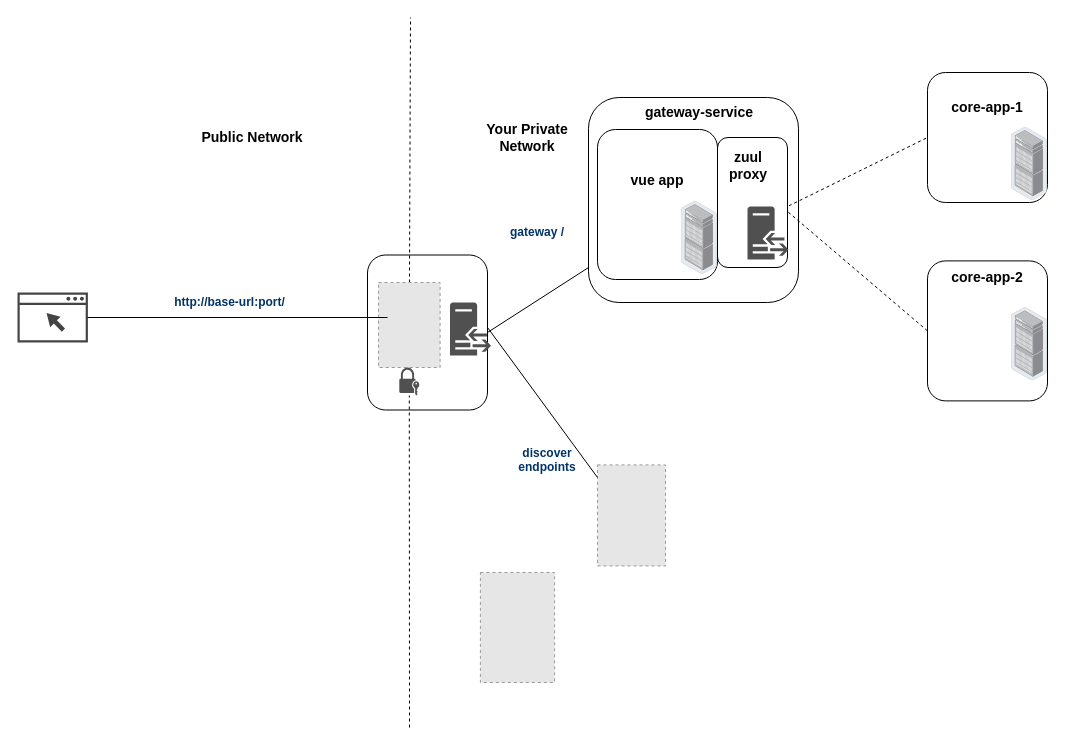
vindyag/vue-discovery-application keeps this draw.io diagram as architecture/architecture.drawio. Above is the earlier version. Source tidied: cells renumbered, new cells numbered last; positions are measured from the earlier drawing's top-left corner, leaving out a move shared by most shapes. Both pictures are drawn from the tidied source at 100%, with x=0, y=0 at pixel (17, 17). Pictures stored in the file or linked from it are replaced by grey dashed boxes.
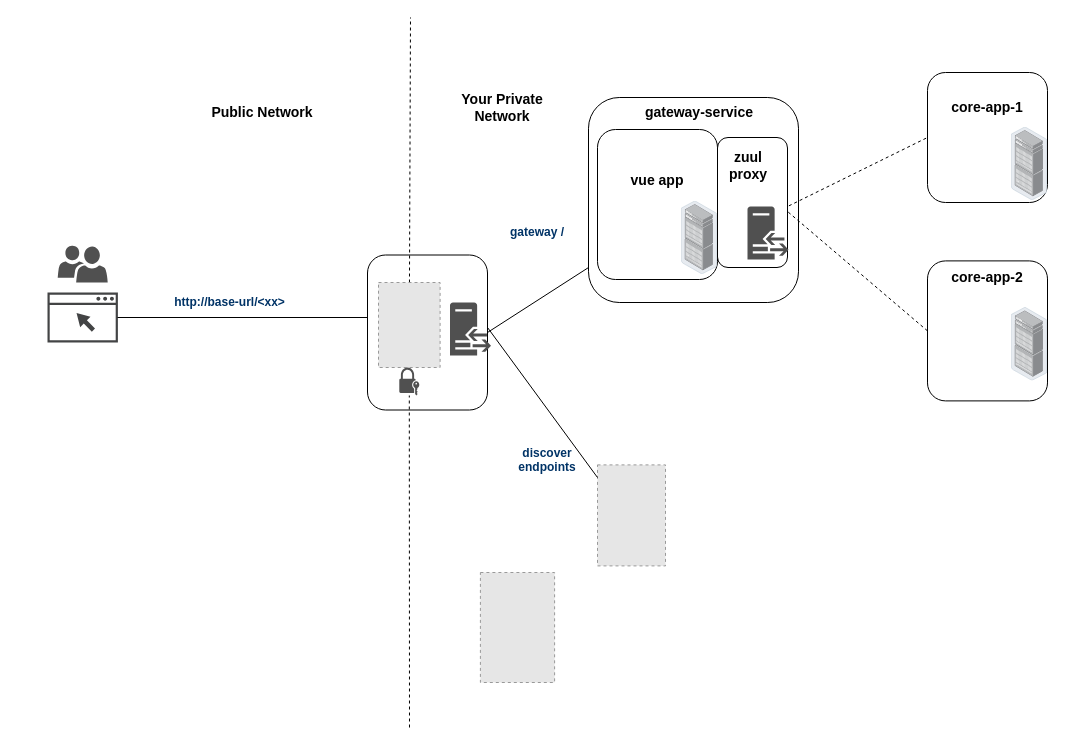
The same diagram, later.

Diff of the diagram source:
```diff
@@
     <mxCell id="5" value="&lt;b&gt;&lt;font style=&quot;font-size: 14px ; line-height: 130%&quot;&gt;Public Network&lt;/font&gt;&lt;/b&gt;" style="text;html=1;strokeColor=none;fillColor=none;align=center;verticalAlign=middle;whiteSpace=wrap;rounded=0;" parent="1" vertex="1">
-      <mxGeometry x="170" y="95" width="130" height="50" as="geometry" />
+      <mxGeometry x="180" y="70" width="130" height="50" as="geometry" />
     </mxCell>
     <mxCell id="6" value="&lt;b&gt;&lt;font style=&quot;font-size: 14px&quot;&gt;Your Private Network&lt;/font&gt;&lt;/b&gt;" style="text;html=1;strokeColor=none;fillColor=none;align=center;verticalAlign=middle;whiteSpace=wrap;rounded=0;" parent="1" vertex="1">
-      <mxGeometry x="445" y="95" width="130" height="50" as="geometry" />
+      <mxGeometry x="420" y="65" width="130" height="50" as="geometry" />
     </mxCell>
@@
     <mxCell id="9" style="shadow=0;dashed=0;html=1;strokeColor=none;fillColor=#434445;labelPosition=center;verticalLabelPosition=bottom;verticalAlign=top;align=center;shape=mxgraph.vvd.web_browser;" parent="1" vertex="1">
-      <mxGeometry y="275" width="70.4" height="50" as="geometry" />
+      <mxGeometry x="30" y="275" width="70.4" height="50" as="geometry" />
     </mxCell>
@@
     <mxCell id="14" style="endArrow=none;html=1;endFill=0;" parent="1" edge="1">
       <mxGeometry relative="1" as="geometry">
-        <mxPoint x="70" y="300" as="sourcePoint" />
-        <mxPoint x="370" y="300" as="targetPoint" />
+        <mxPoint x="100" y="300" as="sourcePoint" />
+        <mxPoint x="350" y="300" as="targetPoint" />
       </mxGeometry>
     </mxCell>
-    <mxCell id="15" value="&lt;font color=&quot;#003366&quot;&gt;&lt;b&gt;http://base-url:port/&lt;/b&gt;&lt;/font&gt;" style="text;html=1;align=center;verticalAlign=middle;" parent="1" vertex="1">
+    <mxCell id="15" value="&lt;font color=&quot;#003366&quot;&gt;&lt;b&gt;http://base-url/&amp;lt;xx&amp;gt;&lt;/b&gt;&lt;/font&gt;" style="text;html=1;align=center;verticalAlign=middle;" parent="1" vertex="1">
       <mxGeometry x="147" y="275" width="130" height="20" as="geometry" />
     </mxCell>
@@
+    <mxCell id="36" style="shadow=0;dashed=0;html=1;strokeColor=none;labelPosition=center;verticalLabelPosition=bottom;verticalAlign=top;align=center;fillColor=#505050;shape=mxgraph.mscae.intune.user_group;" parent="1" vertex="1">
+      <mxGeometry x="40.2" y="228" width="50" height="37" as="geometry" />
+    </mxCell>
```
